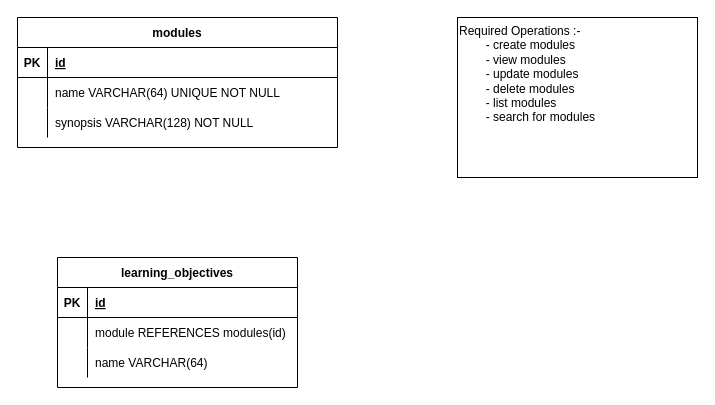
This is page "requirements" (1 of 2) of uml/design.drawio from MalukiMuthusi/edufi, a draw.io file, before an edit. Source tidied: cells renumbered, new cells numbered last; positions are measured from the earlier drawing's top-left corner, leaving out a move shared by most shapes. Both pictures are drawn from the tidied source at 100%, with x=0, y=0 at pixel (17, 17).
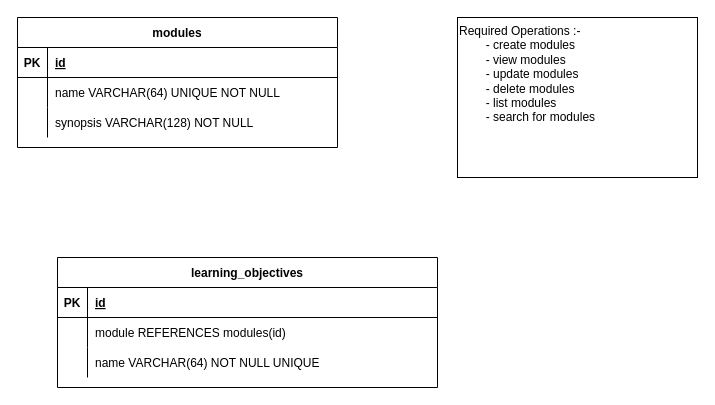
After the change.

What changed in the source:
```diff
@@
     <mxCell id="12" value="learning_objectives" style="shape=table;startSize=30;childLayout=tableLayout;rowLines=0;fontStyle=1;align=center;" parent="1" vertex="1">
-      <mxGeometry x="40" y="240" width="240" height="130" as="geometry" />
+      <mxGeometry x="40" y="240" width="380" height="130" as="geometry" />
     </mxCell>
     <mxCell id="13" style="shape=tableRow;horizontal=0;startSize=0;swimlaneHead=0;swimlaneBody=0;fillColor=none;top=0;left=0;right=0;bottom=1;" parent="12" vertex="1">
-      <mxGeometry y="30" width="240" height="30" as="geometry" />
+      <mxGeometry y="30" width="380" height="30" as="geometry" />
     </mxCell>
@@
     <mxCell id="15" value="id" style="shape=partialRectangle;fillColor=none;top=0;left=0;bottom=0;right=0;align=left;spacingLeft=6;fontStyle=5;overflow=hidden;" parent="13" vertex="1">
-      <mxGeometry x="30" width="210" height="30" as="geometry" />
+      <mxGeometry x="30" width="350" height="30" as="geometry" />
     </mxCell>
     <mxCell id="16" style="shape=tableRow;horizontal=0;startSize=0;swimlaneHead=0;swimlaneBody=0;fillColor=none;top=0;left=0;right=0;bottom=0;" parent="12" vertex="1">
-      <mxGeometry y="60" width="240" height="30" as="geometry" />
+      <mxGeometry y="60" width="380" height="30" as="geometry" />
     </mxCell>
@@
     <mxCell id="18" value="module REFERENCES modules(id)" style="shape=partialRectangle;fillColor=none;top=0;left=0;bottom=0;right=0;align=left;spacingLeft=6;overflow=hidden;" parent="16" vertex="1">
-      <mxGeometry x="30" width="210" height="30" as="geometry" />
+      <mxGeometry x="30" width="350" height="30" as="geometry" />
     </mxCell>
     <mxCell id="19" style="shape=tableRow;horizontal=0;startSize=0;swimlaneHead=0;swimlaneBody=0;fillColor=none;top=0;left=0;right=0;bottom=0;" parent="12" vertex="1">
-      <mxGeometry y="90" width="240" height="30" as="geometry" />
+      <mxGeometry y="90" width="380" height="30" as="geometry" />
     </mxCell>
@@
-    <mxCell id="21" value="name VARCHAR(64)" style="shape=partialRectangle;fillColor=none;top=0;left=0;bottom=0;right=0;align=left;spacingLeft=6;overflow=hidden;" parent="19" vertex="1">
-      <mxGeometry x="30" width="210" height="30" as="geometry" />
+    <mxCell id="21" value="name VARCHAR(64) NOT NULL UNIQUE" style="shape=partialRectangle;fillColor=none;top=0;left=0;bottom=0;right=0;align=left;spacingLeft=6;overflow=hidden;" parent="19" vertex="1">
+      <mxGeometry x="30" width="350" height="30" as="geometry" />
     </mxCell>
```
